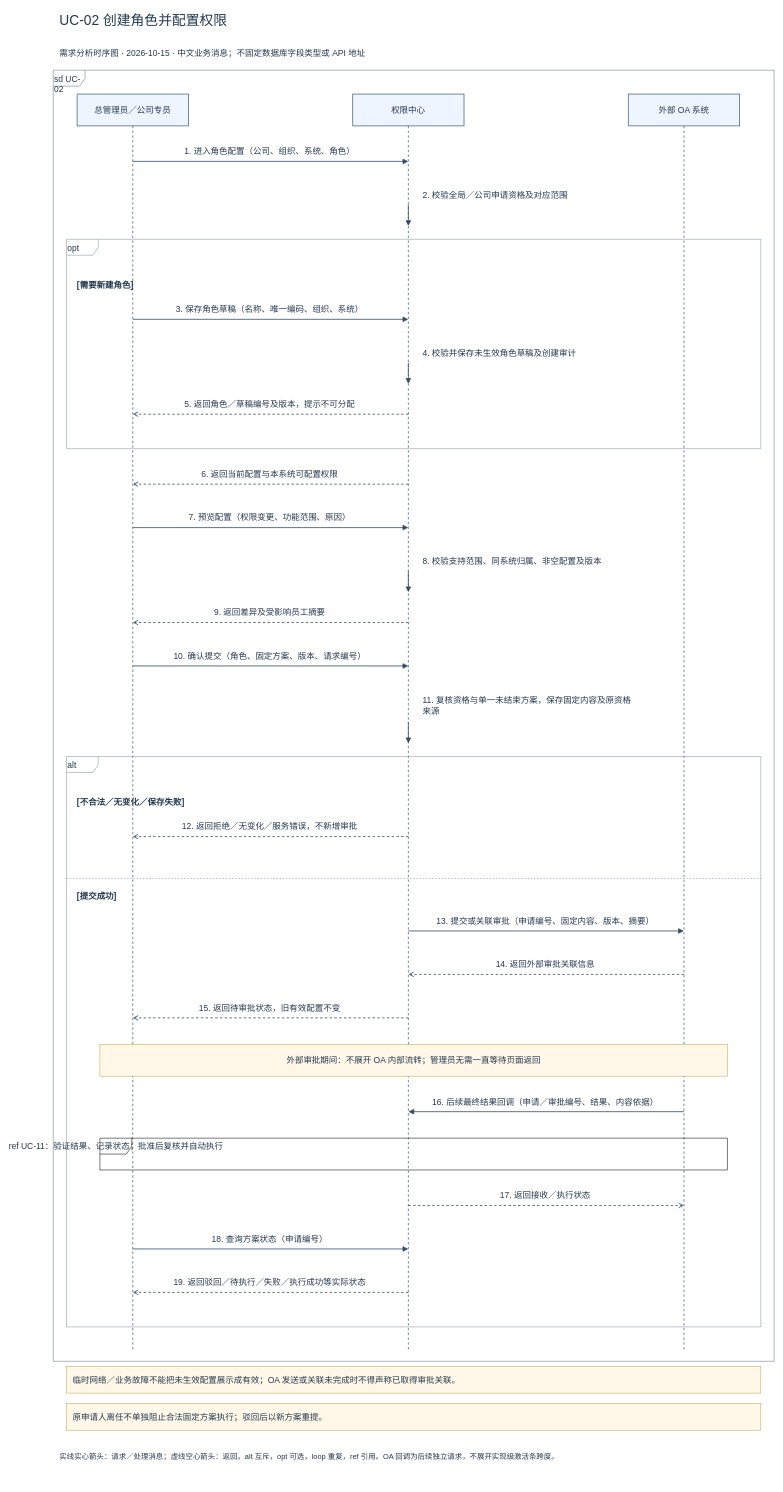
Above: page "UC-02 创建角色并配置权限" (2 of 15) of docs/sequences-v1/权限管理系统_全部时序图.drawio in Noah-hope/RBAC-admin (draw.io), before the change. Source tidied: cells renumbered, new cells numbered last; positions are measured from the earlier drawing's top-left corner, leaving out a move shared by most shapes. Both pictures are drawn from the tidied source at 53%, with x=0, y=0 at pixel (53, 9).
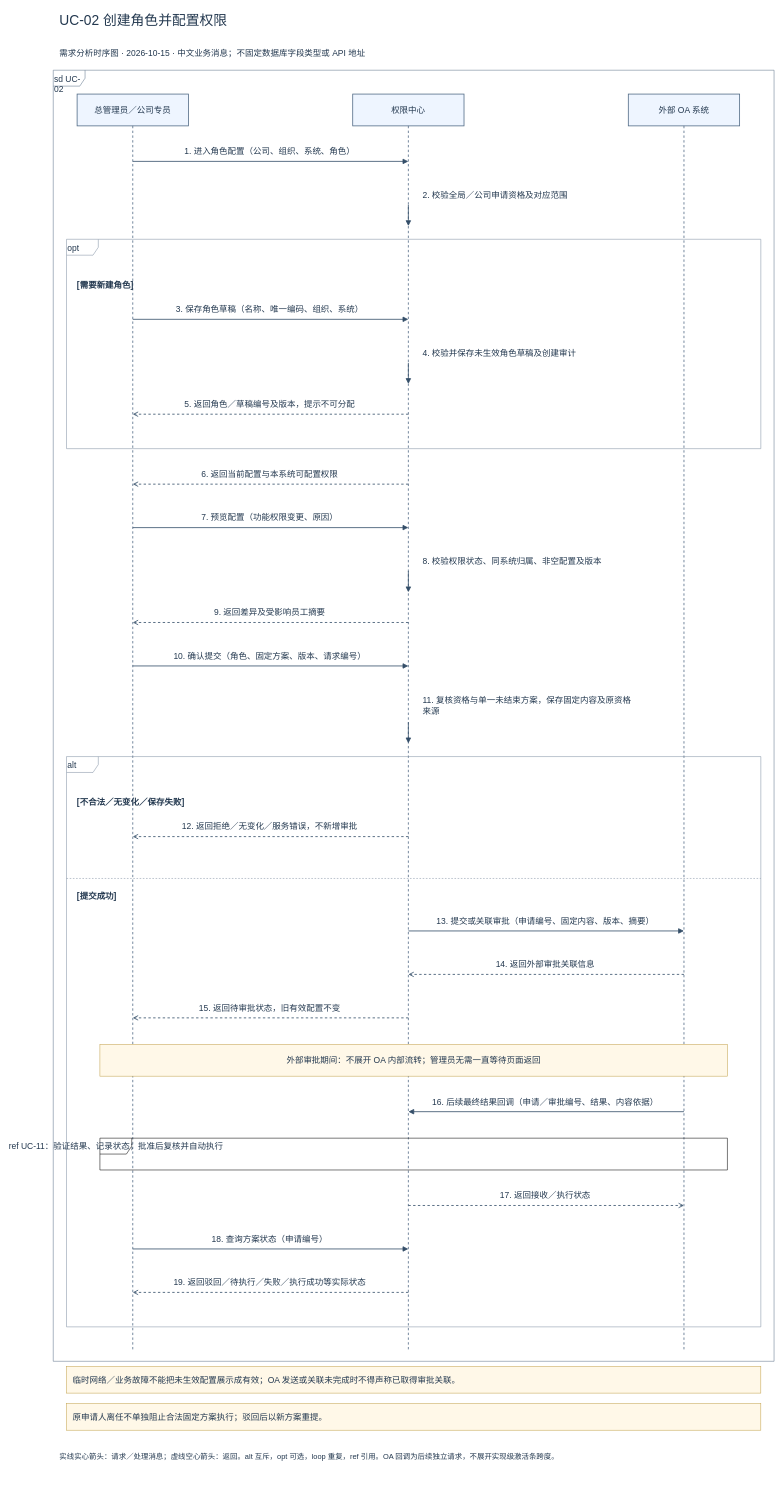
Above is the later version.

The edit, as a diff of the source:
```diff
@@
-    <mxCell id="27" value="7. 预览配置（权限变更、功能范围、原因）" style="html=1;fontFamily=Microsoft YaHei;fontSize=16;fontColor=#23384f;text;align=center;verticalAlign=middle;fillColor=#ffffff;strokeColor=none;" parent="1" vertex="1">
+    <mxCell id="27" value="7. 预览配置（功能权限变更、原因）" style="html=1;fontFamily=Microsoft YaHei;fontSize=16;fontColor=#23384f;text;align=center;verticalAlign=middle;fillColor=#ffffff;strokeColor=none;" parent="1" vertex="1">
       <mxGeometry x="175" y="947" width="465" height="24" as="geometry" />
     </mxCell>
@@
-    <mxCell id="29" value="8. 校验支持范围、同系统归属、非空配置及版本" style="html=1;fontFamily=Microsoft YaHei;fontSize=16;fontColor=#23384f;text;align=left;verticalAlign=middle;fillColor=#ffffff;strokeColor=none;" parent="1" vertex="1">
+    <mxCell id="29" value="8. 校验权限状态、同系统归属、非空配置及版本" style="html=1;fontFamily=Microsoft YaHei;fontSize=16;fontColor=#23384f;text;align=left;verticalAlign=middle;fillColor=#ffffff;strokeColor=none;" parent="1" vertex="1">
       <mxGeometry x="695" y="1029" width="410" height="24" as="geometry" />
     </mxCell>
```
